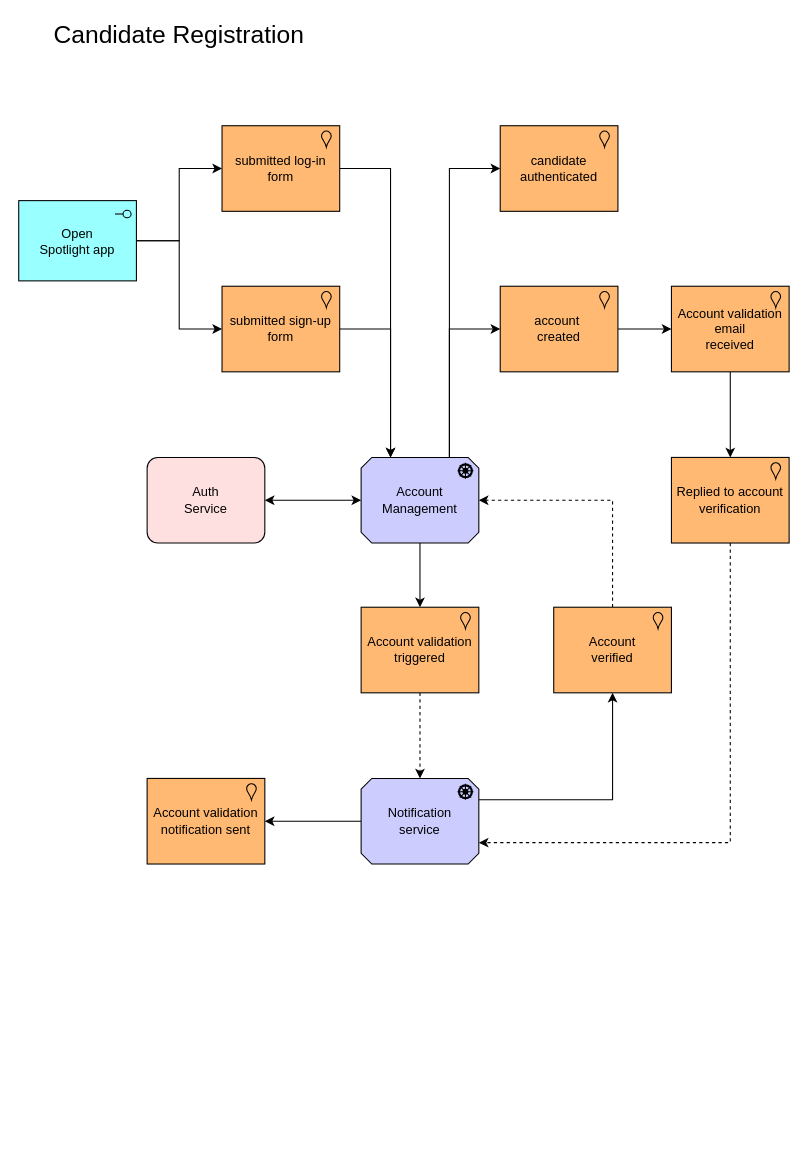
Katalyst-2022/katas-2022 keeps this draw.io diagram as diagrams/CandidateRegistration.drawio. Above is the earlier version. Source tidied: cells renumbered, new cells numbered last; positions are measured from the earlier drawing's top-left corner, leaving out a move shared by most shapes. Both pictures are drawn from the tidied source at 107%, with x=0, y=0 at pixel (18, 18).
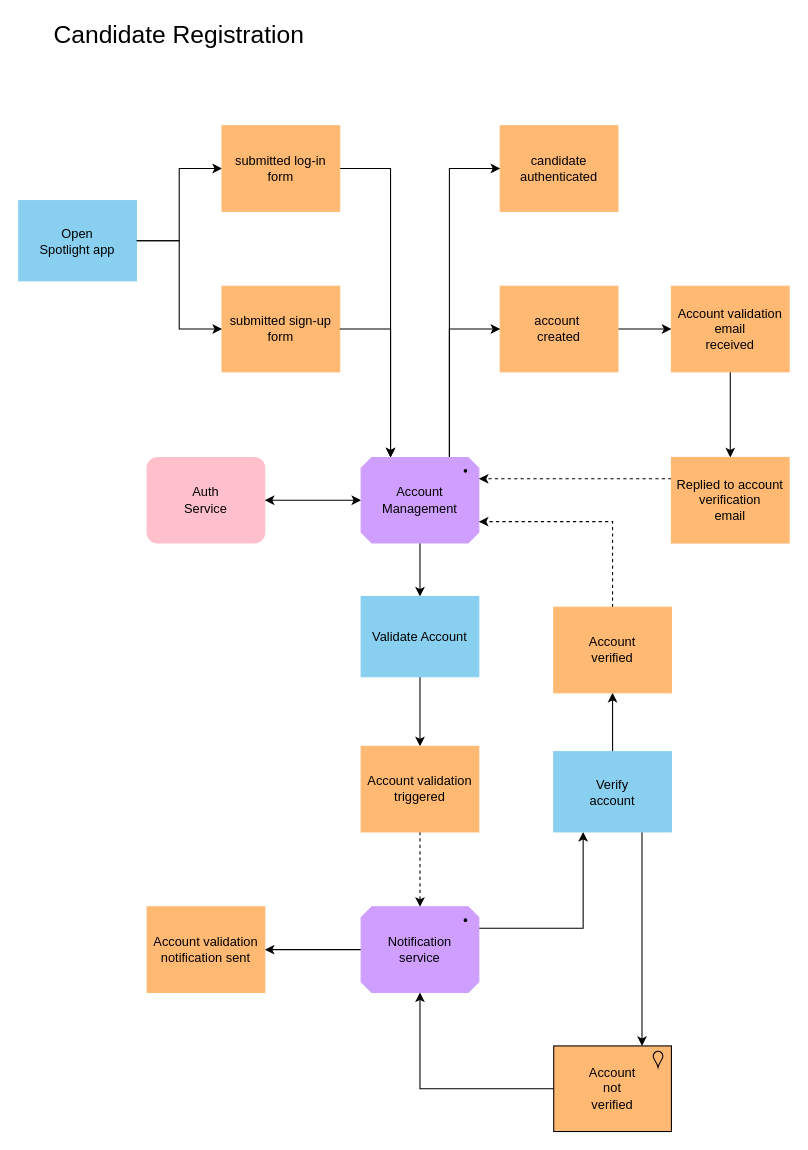
The same page after the edit.

Commit message:
Candidate registration event flow - comments review

Diff of the diagram source:
```diff
@@
-    <mxCell id="2" value="&lt;font color=&quot;#000000&quot;&gt;submitted sign-up form&lt;/font&gt;" style="html=1;outlineConnect=0;whiteSpace=wrap;fillColor=#FFB973;shape=mxgraph.archimate3.application;appType=location;archiType=square;" parent="1" vertex="1">
+    <mxCell id="2" value="&lt;font color=&quot;#000000&quot;&gt;submitted sign-up form&lt;/font&gt;" style="html=1;outlineConnect=0;whiteSpace=wrap;fillColor=#FFB973;shape=mxgraph.archimate3.application;appType=location;archiType=square;strokeColor=#FFB973;" parent="1" vertex="1">
       <mxGeometry x="190" y="250" width="110" height="80" as="geometry" />
     </mxCell>
@@
-    <mxCell id="4" value="Open&lt;br&gt;Spotlight app" style="html=1;outlineConnect=0;whiteSpace=wrap;fillColor=#99ffff;shape=mxgraph.archimate3.application;appType=interface;archiType=square;fontColor=#000000;" parent="1" vertex="1">
+    <mxCell id="4" value="Open&lt;br&gt;Spotlight app" style="html=1;outlineConnect=0;whiteSpace=wrap;fillColor=#89CFF0;shape=mxgraph.archimate3.application;appType=interface;archiType=square;fontColor=#000000;strokeColor=#89CFF0;" parent="1" vertex="1">
       <mxGeometry y="170" width="110" height="75" as="geometry" />
     </mxCell>
@@
-    <mxCell id="6" value="&lt;font color=&quot;#000000&quot;&gt;submitted log-in form&lt;/font&gt;" style="html=1;outlineConnect=0;whiteSpace=wrap;fillColor=#FFB973;shape=mxgraph.archimate3.application;appType=location;archiType=square;" parent="1" vertex="1">
+    <mxCell id="6" value="&lt;font color=&quot;#000000&quot;&gt;submitted log-in form&lt;/font&gt;" style="html=1;outlineConnect=0;whiteSpace=wrap;fillColor=#FFB973;shape=mxgraph.archimate3.application;appType=location;archiType=square;strokeColor=#FFB973;" parent="1" vertex="1">
       <mxGeometry x="190" y="100" width="110" height="80" as="geometry" />
     </mxCell>
@@
-    <mxCell id="8" value="&lt;font color=&quot;#000000&quot;&gt;candidate&lt;br&gt;authenticated&lt;br&gt;&lt;/font&gt;" style="html=1;outlineConnect=0;whiteSpace=wrap;fillColor=#FFB973;shape=mxgraph.archimate3.application;appType=location;archiType=square;" parent="1" vertex="1">
+    <mxCell id="8" value="&lt;font color=&quot;#000000&quot;&gt;candidate&lt;br&gt;authenticated&lt;br&gt;&lt;/font&gt;" style="html=1;outlineConnect=0;whiteSpace=wrap;fillColor=#FFB973;shape=mxgraph.archimate3.application;appType=location;archiType=square;strokeColor=#FFB973;" parent="1" vertex="1">
       <mxGeometry x="450" y="100" width="110" height="80" as="geometry" />
     </mxCell>
@@
-    <mxCell id="10" value="&lt;font color=&quot;#000000&quot;&gt;account&amp;nbsp;&lt;br&gt;created&lt;br&gt;&lt;/font&gt;" style="html=1;outlineConnect=0;whiteSpace=wrap;fillColor=#FFB973;shape=mxgraph.archimate3.application;appType=location;archiType=square;" parent="1" vertex="1">
+    <mxCell id="10" value="&lt;font color=&quot;#000000&quot;&gt;account&amp;nbsp;&lt;br&gt;created&lt;br&gt;&lt;/font&gt;" style="html=1;outlineConnect=0;whiteSpace=wrap;fillColor=#FFB973;shape=mxgraph.archimate3.application;appType=location;archiType=square;strokeColor=#FFB973;" parent="1" vertex="1">
       <mxGeometry x="450" y="250" width="110" height="80" as="geometry" />
     </mxCell>
@@
-    <mxCell id="12" value="Auth&lt;br&gt;Service" style="html=1;outlineConnect=0;whiteSpace=wrap;fillColor=#FFE0E0;shape=mxgraph.archimate3.application;archiType=rounded;fontColor=#000000;strokeColor=#000000;" parent="1" vertex="1">
+    <mxCell id="12" value="Auth&lt;br&gt;Service" style="html=1;outlineConnect=0;whiteSpace=wrap;fillColor=#FFC0CB;shape=mxgraph.archimate3.application;archiType=rounded;fontColor=#000000;strokeColor=#FFC0CB;" parent="1" vertex="1">
       <mxGeometry x="120" y="410" width="110" height="80" as="geometry" />
     </mxCell>
-    <mxCell id="13" style="edgeStyle=orthogonalEdgeStyle;rounded=0;jettySize=auto;html=1;fontColor=#000000;" parent="1" edge="1" source="17" target="19">
+    <mxCell id="13" style="edgeStyle=orthogonalEdgeStyle;rounded=0;jettySize=auto;html=1;fontColor=#000000;startArrow=none;" parent="1" edge="1" source="35" target="19">
       <mxGeometry relative="1" as="geometry" />
     </mxCell>
@@
+    <mxCell id="31" style="edgeStyle=orthogonalEdgeStyle;rounded=0;jettySize=auto;html=1;exitX=0.5;exitY=1;exitDx=0;exitDy=0;exitPerimeter=0;entryX=0.5;entryY=0;entryDx=0;entryDy=0;entryPerimeter=0;" parent="1" edge="1" source="17" target="35">
+      <mxGeometry relative="1" as="geometry" />
+    </mxCell>
-    <mxCell id="17" value="Account&lt;br&gt;Management" style="html=1;outlineConnect=0;whiteSpace=wrap;fillColor=#CCCCFF;shape=mxgraph.archimate3.application;appType=driver;archiType=oct;fontColor=#000000;strokeColor=#000000;" parent="1" vertex="1">
+    <mxCell id="17" value="Account&lt;br&gt;Management" style="html=1;outlineConnect=0;whiteSpace=wrap;fillColor=#CF9FFF;shape=mxgraph.archimate3.application;appType=driver;archiType=oct;fontColor=#000000;strokeColor=#CF9FFF;" parent="1" vertex="1">
       <mxGeometry x="320" y="410" width="110" height="80" as="geometry" />
     </mxCell>
@@
-    <mxCell id="19" value="&lt;font color=&quot;#000000&quot;&gt;Account validation&lt;br&gt;triggered&lt;br&gt;&lt;/font&gt;" style="html=1;outlineConnect=0;whiteSpace=wrap;fillColor=#FFB973;shape=mxgraph.archimate3.application;appType=location;archiType=square;" parent="1" vertex="1">
-      <mxGeometry x="320" y="550" width="110" height="80" as="geometry" />
+    <mxCell id="19" value="&lt;font color=&quot;#000000&quot;&gt;Account validation&lt;br&gt;triggered&lt;br&gt;&lt;/font&gt;" style="html=1;outlineConnect=0;whiteSpace=wrap;fillColor=#FFB973;shape=mxgraph.archimate3.application;appType=location;archiType=square;strokeColor=#FFB973;" parent="1" vertex="1">
+      <mxGeometry x="320" y="680" width="110" height="80" as="geometry" />
     </mxCell>
@@
-    <mxCell id="21" value="&lt;font color=&quot;#000000&quot;&gt;Account validation email&lt;br&gt;received&lt;br&gt;&lt;/font&gt;" style="html=1;outlineConnect=0;whiteSpace=wrap;fillColor=#FFB973;shape=mxgraph.archimate3.application;appType=location;archiType=square;" parent="1" vertex="1">
+    <mxCell id="21" value="&lt;font color=&quot;#000000&quot;&gt;Account validation email&lt;br&gt;received&lt;br&gt;&lt;/font&gt;" style="html=1;outlineConnect=0;whiteSpace=wrap;fillColor=#FFB973;shape=mxgraph.archimate3.application;appType=location;archiType=square;strokeColor=#FFB973;" parent="1" vertex="1">
       <mxGeometry x="610" y="250" width="110" height="80" as="geometry" />
     </mxCell>
-    <mxCell id="22" style="edgeStyle=orthogonalEdgeStyle;rounded=0;jettySize=auto;html=1;entryX=1;entryY=0.75;entryDx=0;entryDy=0;entryPerimeter=0;fontColor=#000000;startArrow=none;startFill=0;exitX=0.5;exitY=1;exitDx=0;exitDy=0;exitPerimeter=0;dashed=1;" parent="1" edge="1" source="23" target="26">
-      <mxGeometry relative="1" as="geometry" />
-    </mxCell>
+    <mxCell id="32" style="edgeStyle=orthogonalEdgeStyle;rounded=0;jettySize=auto;html=1;entryX=1;entryY=0.25;entryDx=0;entryDy=0;entryPerimeter=0;labelBackgroundColor=#FFFFFF;fontColor=#FF3333;exitX=0;exitY=0.25;exitDx=0;exitDy=0;exitPerimeter=0;dashed=1;" parent="1" edge="1" source="23" target="17">
+      <mxGeometry relative="1" as="geometry" />
+    </mxCell>
-    <mxCell id="23" value="&lt;font color=&quot;#000000&quot;&gt;Replied to account verification&lt;br&gt;&lt;/font&gt;" style="html=1;outlineConnect=0;whiteSpace=wrap;fillColor=#FFB973;shape=mxgraph.archimate3.application;appType=location;archiType=square;" parent="1" vertex="1">
+    <mxCell id="23" value="&lt;font color=&quot;#000000&quot;&gt;Replied to account verification&lt;br&gt;email&lt;br&gt;&lt;/font&gt;" style="html=1;outlineConnect=0;whiteSpace=wrap;fillColor=#FFB973;shape=mxgraph.archimate3.application;appType=location;archiType=square;strokeColor=#FFB973;" parent="1" vertex="1">
       <mxGeometry x="610" y="410" width="110" height="80" as="geometry" />
     </mxCell>
@@
-    <mxCell id="25" style="edgeStyle=orthogonalEdgeStyle;rounded=0;jettySize=auto;html=1;entryX=0.5;entryY=1;entryDx=0;entryDy=0;entryPerimeter=0;fontColor=#000000;startArrow=none;startFill=0;exitX=1;exitY=0.25;exitDx=0;exitDy=0;exitPerimeter=0;" parent="1" edge="1" source="26" target="29">
+    <mxCell id="25" style="edgeStyle=orthogonalEdgeStyle;rounded=0;jettySize=auto;html=1;entryX=0.5;entryY=1;entryDx=0;entryDy=0;entryPerimeter=0;fontColor=#000000;startArrow=none;startFill=0;" parent="1" edge="1" source="36" target="29">
       <mxGeometry relative="1" as="geometry" />
     </mxCell>
+    <mxCell id="33" style="edgeStyle=orthogonalEdgeStyle;rounded=0;jettySize=auto;html=1;entryX=0.25;entryY=1;entryDx=0;entryDy=0;entryPerimeter=0;fontColor=#000000;exitX=1;exitY=0.25;exitDx=0;exitDy=0;exitPerimeter=0;" parent="1" edge="1" source="26" target="36">
+      <mxGeometry relative="1" as="geometry" />
+    </mxCell>
-    <mxCell id="26" value="Notification&lt;br&gt;service" style="html=1;outlineConnect=0;whiteSpace=wrap;fillColor=#CCCCFF;shape=mxgraph.archimate3.application;appType=driver;archiType=oct;fontColor=#000000;strokeColor=#000000;" parent="1" vertex="1">
-      <mxGeometry x="320" y="710" width="110" height="80" as="geometry" />
+    <mxCell id="26" value="Notification&lt;br&gt;service" style="html=1;outlineConnect=0;whiteSpace=wrap;fillColor=#CF9FFF;shape=mxgraph.archimate3.application;appType=driver;archiType=oct;fontColor=#000000;strokeColor=#CF9FFF;" parent="1" vertex="1">
+      <mxGeometry x="320" y="830" width="110" height="80" as="geometry" />
     </mxCell>
-    <mxCell id="27" value="&lt;font color=&quot;#000000&quot;&gt;Account validation&lt;br&gt;notification sent&lt;br&gt;&lt;/font&gt;" style="html=1;outlineConnect=0;whiteSpace=wrap;fillColor=#FFB973;shape=mxgraph.archimate3.application;appType=location;archiType=square;" parent="1" vertex="1">
-      <mxGeometry x="120" y="710" width="110" height="80" as="geometry" />
+    <mxCell id="27" value="&lt;font color=&quot;#000000&quot;&gt;Account validation&lt;br&gt;notification sent&lt;br&gt;&lt;/font&gt;" style="html=1;outlineConnect=0;whiteSpace=wrap;fillColor=#FFB973;shape=mxgraph.archimate3.application;appType=location;archiType=square;strokeColor=#FFB973;" parent="1" vertex="1">
+      <mxGeometry x="120" y="830" width="110" height="80" as="geometry" />
     </mxCell>
-    <mxCell id="28" style="edgeStyle=orthogonalEdgeStyle;rounded=0;jettySize=auto;html=1;entryX=1;entryY=0.5;entryDx=0;entryDy=0;entryPerimeter=0;fontColor=#000000;startArrow=none;startFill=0;exitX=0.5;exitY=0;exitDx=0;exitDy=0;exitPerimeter=0;dashed=1;" parent="1" edge="1" source="29" target="17">
+    <mxCell id="28" style="edgeStyle=orthogonalEdgeStyle;rounded=0;jettySize=auto;html=1;entryX=1;entryY=0.75;entryDx=0;entryDy=0;entryPerimeter=0;fontColor=#000000;startArrow=none;startFill=0;exitX=0.5;exitY=0;exitDx=0;exitDy=0;exitPerimeter=0;dashed=1;" parent="1" edge="1" source="29" target="17">
       <mxGeometry relative="1" as="geometry" />
     </mxCell>
+    <mxCell id="34" style="edgeStyle=orthogonalEdgeStyle;rounded=0;jettySize=auto;html=1;entryX=0.75;entryY=0;entryDx=0;entryDy=0;entryPerimeter=0;fontColor=#000000;exitX=0.75;exitY=1;exitDx=0;exitDy=0;exitPerimeter=0;" parent="1" edge="1" source="36" target="38">
+      <mxGeometry relative="1" as="geometry" />
+    </mxCell>
-    <mxCell id="29" value="&lt;font color=&quot;#000000&quot;&gt;Account&lt;br&gt;verified&lt;br&gt;&lt;/font&gt;" style="html=1;outlineConnect=0;whiteSpace=wrap;fillColor=#FFB973;shape=mxgraph.archimate3.application;appType=location;archiType=square;" parent="1" vertex="1">
+    <mxCell id="29" value="&lt;font color=&quot;#000000&quot;&gt;Account&lt;br&gt;verified&lt;br&gt;&lt;/font&gt;" style="html=1;outlineConnect=0;whiteSpace=wrap;fillColor=#FFB973;shape=mxgraph.archimate3.application;appType=location;archiType=square;strokeColor=#FFB973;" parent="1" vertex="1">
       <mxGeometry x="500" y="550" width="110" height="80" as="geometry" />
     </mxCell>
@@
+    <mxCell id="35" value="&lt;font color=&quot;#000000&quot;&gt;Validate Account&lt;/font&gt;" style="html=1;outlineConnect=0;whiteSpace=wrap;fillColor=#89CFF0;shape=mxgraph.archimate3.application;appType=interface;archiType=square;fontColor=#ffffff;strokeColor=#89CFF0;" parent="1" vertex="1">
+      <mxGeometry x="320" y="540" width="110" height="75" as="geometry" />
+    </mxCell>
+    <mxCell id="36" value="&lt;font color=&quot;#000000&quot;&gt;Verify&lt;br&gt;account&lt;br&gt;&lt;/font&gt;" style="html=1;outlineConnect=0;whiteSpace=wrap;fillColor=#89CFF0;shape=mxgraph.archimate3.application;appType=interface;archiType=square;fontColor=#ffffff;strokeColor=#89CFF0;" parent="1" vertex="1">
+      <mxGeometry x="500" y="685" width="110" height="75" as="geometry" />
+    </mxCell>
+    <mxCell id="37" style="edgeStyle=orthogonalEdgeStyle;rounded=0;jettySize=auto;html=1;entryX=0.5;entryY=1;entryDx=0;entryDy=0;entryPerimeter=0;labelBackgroundColor=#FFFFFF;fontColor=#FF3333;" parent="1" edge="1" source="38" target="26">
+      <mxGeometry relative="1" as="geometry" />
+    </mxCell>
+    <mxCell id="38" value="&lt;font color=&quot;#000000&quot;&gt;Account&lt;br&gt;not&lt;br&gt;verified&lt;br&gt;&lt;/font&gt;" style="html=1;outlineConnect=0;whiteSpace=wrap;fillColor=#FFB973;shape=mxgraph.archimate3.application;appType=location;archiType=square;" parent="1" vertex="1">
+      <mxGeometry x="500" y="960" width="110" height="80" as="geometry" />
+    </mxCell>
```
